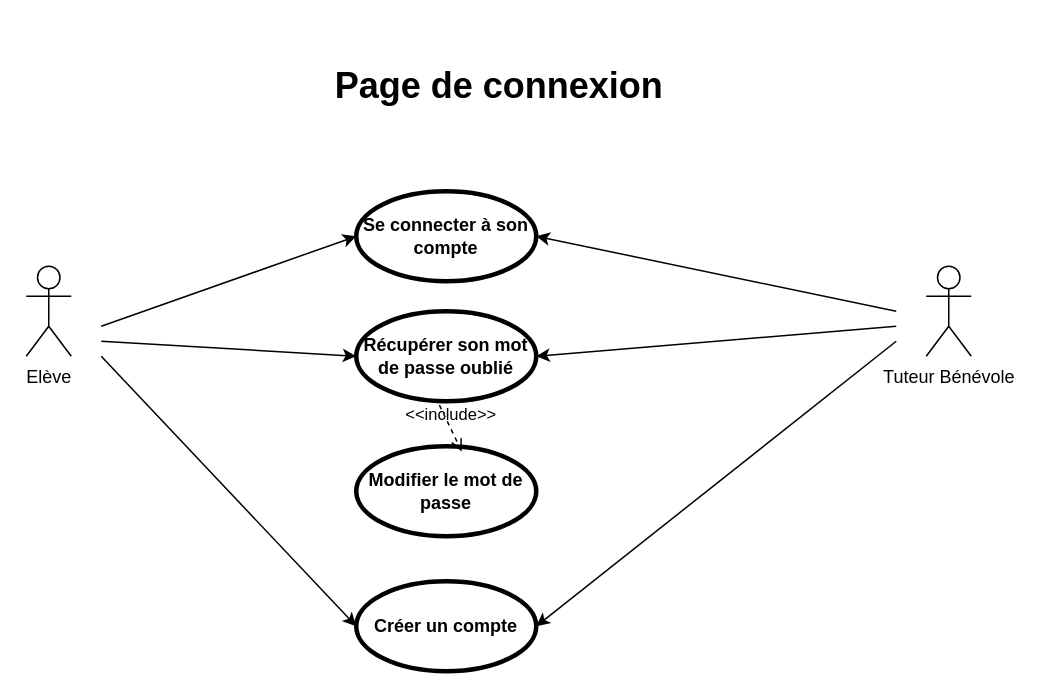
Above: Connexion.drawio in aureliegangloff/OC-P7-Learn-Home (draw.io), before the change. Source tidied: cells renumbered, new cells numbered last; positions are measured from the earlier drawing's top-left corner, leaving out a move shared by most shapes. Both pictures are drawn from the tidied source at 150%, with x=0, y=0 at pixel (26, 26).
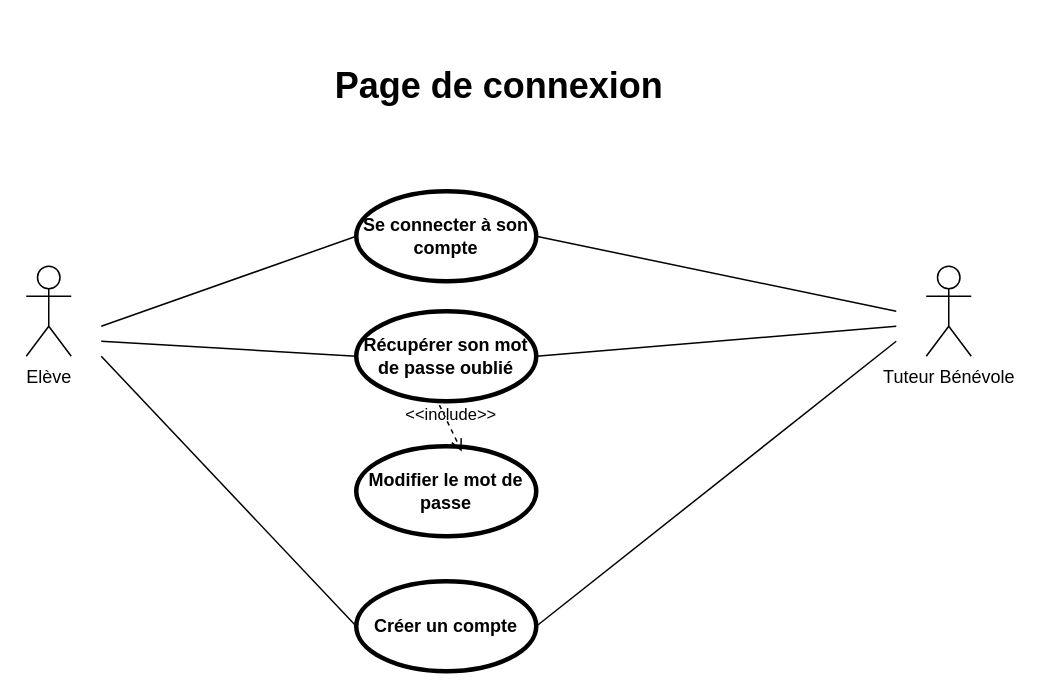
The same page after the edit.

Commit message:
Mettre à jour Connexion.drawio

Diff of the diagram source:
```diff
@@
 <mxGraphModel>
   <root>
     <mxCell id="0" />
     <mxCell id="1" parent="0" />
     <mxCell id="2" value="Elève" style="shape=umlActor;html=1;verticalLabelPosition=bottom;verticalAlign=top;align=center;labelPerimeter=1;" parent="1" vertex="1">
       <mxGeometry y="160" width="30" height="60" as="geometry" />
     </mxCell>
     <mxCell id="3" value="Tuteur Bénévole" style="shape=umlActor;html=1;verticalLabelPosition=bottom;verticalAlign=top;align=center;labelPerimeter=1;" parent="1" vertex="1">
       <mxGeometry x="600" y="160" width="30" height="60" as="geometry" />
     </mxCell>
     <mxCell id="4" value="Se connecter à son compte" style="shape=ellipse;html=1;strokeWidth=3;fontStyle=1;whiteSpace=wrap;align=center;perimeter=ellipsePerimeter;" parent="1" vertex="1">
       <mxGeometry x="220" y="110" width="120" height="60" as="geometry" />
     </mxCell>
     <mxCell id="5" value="Page de connexion" style="text;strokeColor=none;fillColor=none;html=1;fontSize=24;fontStyle=1;verticalAlign=middle;align=center;autosizeText=1;" parent="1" vertex="1">
       <mxGeometry x="200" width="230" height="80" as="geometry" />
     </mxCell>
     <mxCell id="6" value="Récupérer son mot de passe oublié" style="shape=ellipse;html=1;strokeWidth=3;fontStyle=1;whiteSpace=wrap;align=center;perimeter=ellipsePerimeter;" parent="1" vertex="1">
       <mxGeometry x="220" y="190" width="120" height="60" as="geometry" />
     </mxCell>
     <mxCell id="7" value="Créer un compte" style="shape=ellipse;html=1;strokeWidth=3;fontStyle=1;whiteSpace=wrap;align=center;perimeter=ellipsePerimeter;" parent="1" vertex="1">
       <mxGeometry x="220" y="370" width="120" height="60" as="geometry" />
     </mxCell>
     <mxCell id="8" value="Modifier le mot de passe" style="shape=ellipse;html=1;strokeWidth=3;fontStyle=1;whiteSpace=wrap;align=center;perimeter=ellipsePerimeter;" parent="1" vertex="1">
       <mxGeometry x="220" y="280" width="120" height="60" as="geometry" />
     </mxCell>
-    <mxCell id="9" style="edgeStyle=none;html=1;endArrow=classic;verticalAlign=bottom;rounded=0;defaultLabelBackgroundColor=page;entryX=0;entryY=0.5;entryDx=0;entryDy=0;endFill=1;" parent="1" edge="1" target="4">
+    <mxCell id="9" style="edgeStyle=none;html=1;endArrow=none;verticalAlign=bottom;rounded=0;defaultLabelBackgroundColor=page;entryX=0;entryY=0.5;entryDx=0;entryDy=0;endFill=0;" parent="1" edge="1" target="4">
       <mxGeometry relative="1" as="geometry">
         <mxPoint x="50" y="200" as="sourcePoint" />
       </mxGeometry>
     </mxCell>
-    <mxCell id="10" style="edgeStyle=none;html=1;endArrow=none;verticalAlign=bottom;rounded=0;defaultLabelBackgroundColor=page;exitX=1;exitY=0.5;exitDx=0;exitDy=0;startArrow=classic;startFill=1;" parent="1" edge="1" source="4">
+    <mxCell id="10" style="edgeStyle=none;html=1;endArrow=none;verticalAlign=bottom;rounded=0;defaultLabelBackgroundColor=page;exitX=1;exitY=0.5;exitDx=0;exitDy=0;startArrow=none;startFill=0;" parent="1" edge="1" source="4">
       <mxGeometry relative="1" as="geometry">
         <mxPoint x="580" y="190" as="targetPoint" />
       </mxGeometry>
     </mxCell>
-    <mxCell id="11" style="edgeStyle=none;html=1;endArrow=classic;verticalAlign=bottom;rounded=0;defaultLabelBackgroundColor=page;entryX=0;entryY=0.5;entryDx=0;entryDy=0;endFill=1;" parent="1" edge="1" target="6">
+    <mxCell id="11" style="edgeStyle=none;html=1;endArrow=none;verticalAlign=bottom;rounded=0;defaultLabelBackgroundColor=page;entryX=0;entryY=0.5;entryDx=0;entryDy=0;endFill=0;" parent="1" edge="1" target="6">
       <mxGeometry relative="1" as="geometry">
         <mxPoint x="50" y="210" as="sourcePoint" />
       </mxGeometry>
     </mxCell>
-    <mxCell id="12" style="edgeStyle=none;html=1;endArrow=none;verticalAlign=bottom;rounded=0;defaultLabelBackgroundColor=page;exitX=1;exitY=0.5;exitDx=0;exitDy=0;startArrow=classic;startFill=1;" parent="1" edge="1" source="6">
+    <mxCell id="12" style="edgeStyle=none;html=1;endArrow=none;verticalAlign=bottom;rounded=0;defaultLabelBackgroundColor=page;exitX=1;exitY=0.5;exitDx=0;exitDy=0;startArrow=none;startFill=0;" parent="1" edge="1" source="6">
       <mxGeometry relative="1" as="geometry">
         <mxPoint x="580" y="200" as="targetPoint" />
       </mxGeometry>
     </mxCell>
     <mxCell id="13" value="&amp;lt;&amp;lt;include&amp;gt;&amp;gt;" style="edgeStyle=none;html=1;endArrow=open;verticalAlign=bottom;dashed=1;labelBackgroundColor=none;rounded=0;defaultLabelBackgroundColor=page;exitX=0.462;exitY=1.043;exitDx=0;exitDy=0;exitPerimeter=0;entryX=0.586;entryY=0.057;entryDx=0;entryDy=0;entryPerimeter=0;" parent="1" edge="1" source="6" target="8">
       <mxGeometry relative="1" as="geometry" />
     </mxCell>
-    <mxCell id="14" style="edgeStyle=none;html=1;endArrow=classic;verticalAlign=bottom;rounded=0;defaultLabelBackgroundColor=page;entryX=0;entryY=0.5;entryDx=0;entryDy=0;endFill=1;" parent="1" edge="1" target="7">
+    <mxCell id="14" style="edgeStyle=none;html=1;endArrow=none;verticalAlign=bottom;rounded=0;defaultLabelBackgroundColor=page;entryX=0;entryY=0.5;entryDx=0;entryDy=0;endFill=0;" parent="1" edge="1" target="7">
       <mxGeometry relative="1" as="geometry">
         <mxPoint x="50" y="220" as="sourcePoint" />
       </mxGeometry>
     </mxCell>
-    <mxCell id="15" style="edgeStyle=none;html=1;endArrow=none;verticalAlign=bottom;rounded=0;defaultLabelBackgroundColor=page;exitX=1;exitY=0.5;exitDx=0;exitDy=0;startArrow=classic;startFill=1;" parent="1" edge="1" source="7">
+    <mxCell id="15" style="edgeStyle=none;html=1;endArrow=none;verticalAlign=bottom;rounded=0;defaultLabelBackgroundColor=page;exitX=1;exitY=0.5;exitDx=0;exitDy=0;startArrow=none;startFill=0;" parent="1" edge="1" source="7">
       <mxGeometry relative="1" as="geometry">
         <mxPoint x="580" y="210" as="targetPoint" />
       </mxGeometry>
     </mxCell>
   </root>
 </mxGraphModel>
```
